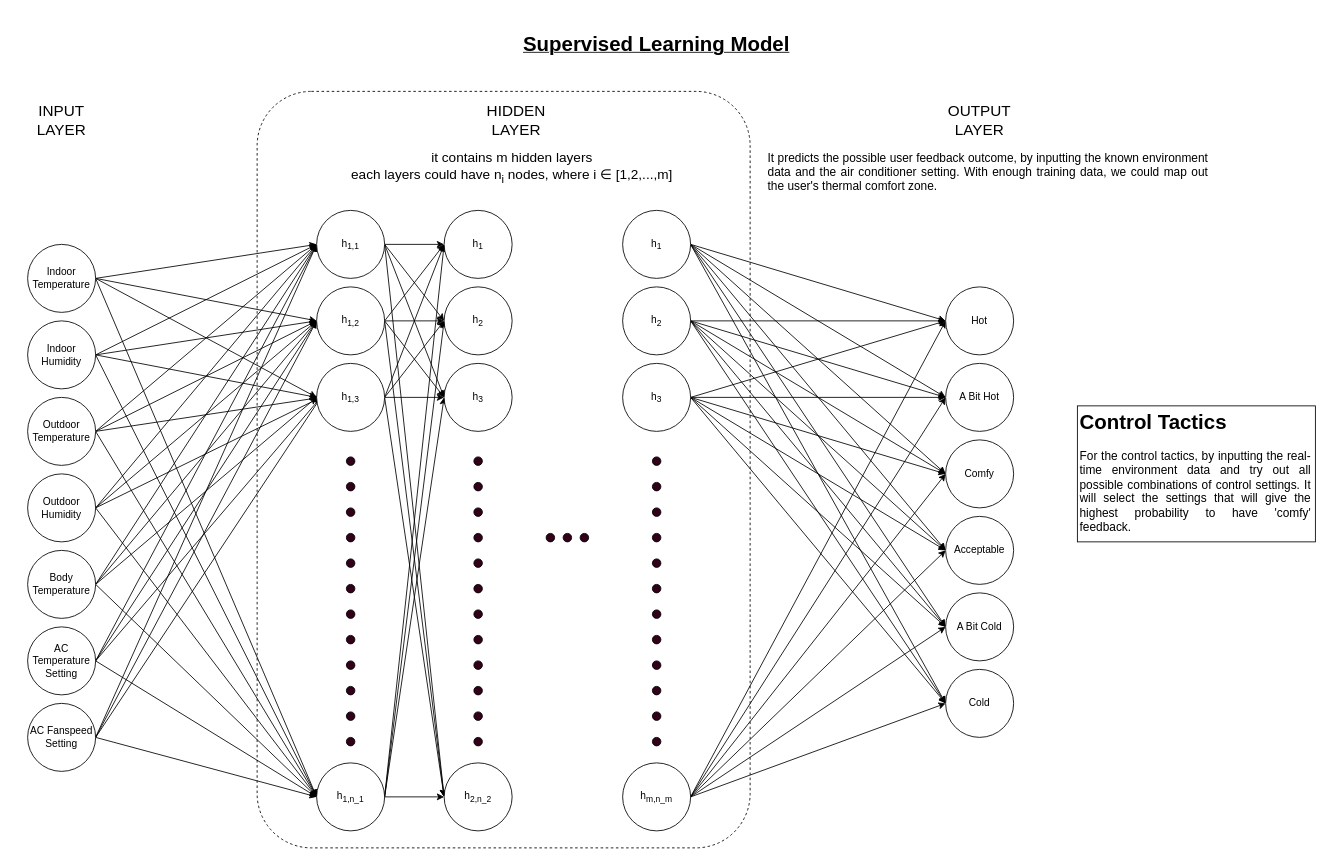
eddylau328/fyp-artificial-intelligence-ac-control-device keeps this draw.io diagram as Machine_Learning/Supervised Learning Model.drawio. Above is the earlier version. Source tidied: cells renumbered, new cells numbered last; positions are measured from the earlier drawing's top-left corner, leaving out a move shared by most shapes. Both pictures are drawn from the tidied source at 85%, with x=0, y=0 at pixel (14, 14).
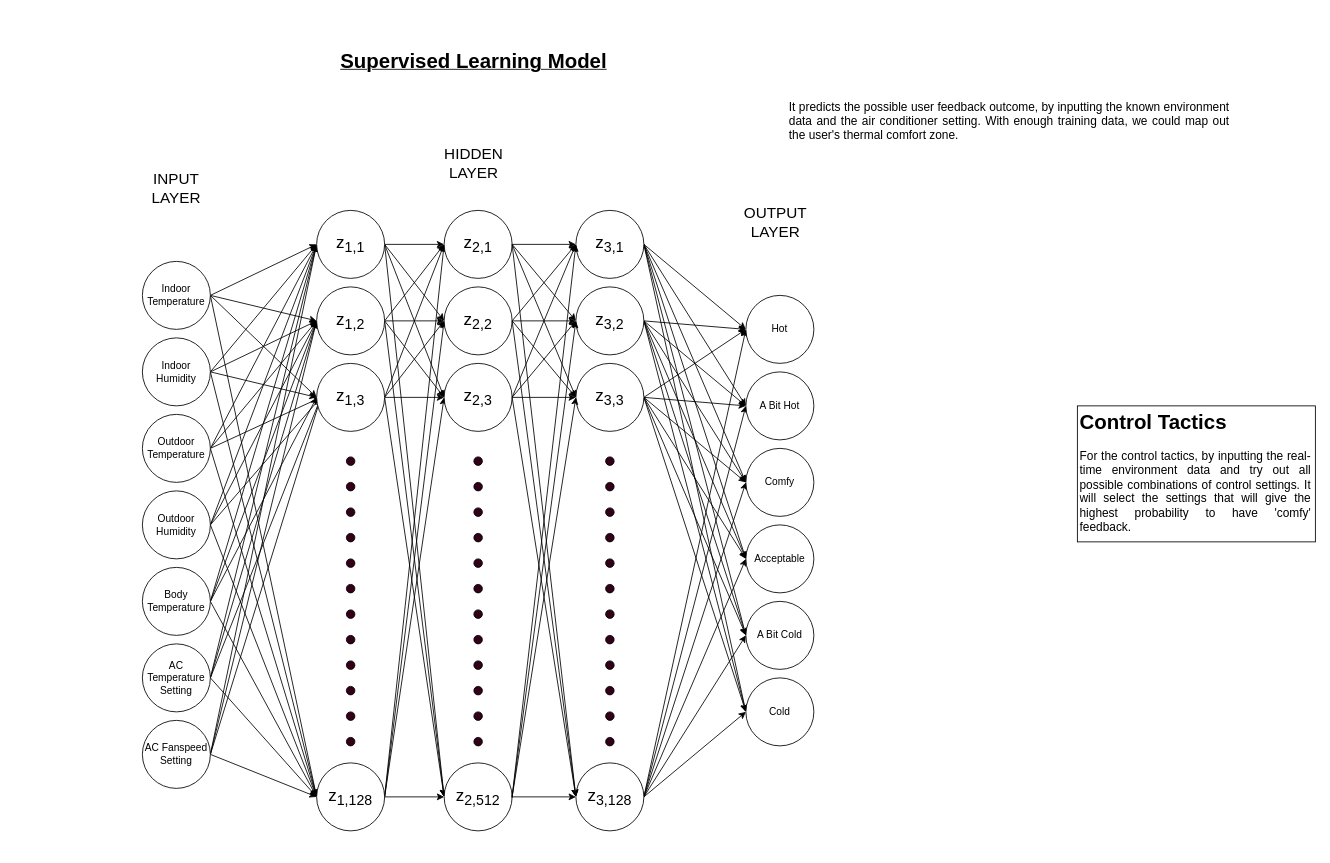
The same diagram, later.

Diff of the diagram source:
```diff
@@
-    <mxCell id="2" style="rounded=1;whiteSpace=wrap;html=1;fillColor=none;dashed=1;arcSize=11;" parent="1" vertex="1">
-      <mxGeometry x="285" y="90" width="580" height="890" as="geometry" />
-    </mxCell>
@@
     <mxCell id="7" value="Indoor&lt;div&gt;Temperature&lt;/div&gt;" style="ellipse;whiteSpace=wrap;html=1;" parent="1" vertex="1">
-      <mxGeometry x="15" y="270" width="80" height="80" as="geometry" />
+      <mxGeometry x="150" y="290" width="80" height="80" as="geometry" />
     </mxCell>
@@
     <mxCell id="12" value="Indoor Humidity" style="ellipse;whiteSpace=wrap;html=1;" parent="1" vertex="1">
-      <mxGeometry x="15" y="360" width="80" height="80" as="geometry" />
+      <mxGeometry x="150" y="380" width="80" height="80" as="geometry" />
     </mxCell>
@@
     <mxCell id="17" value="&lt;div&gt;Outdoor Temperature&lt;br&gt;&lt;/div&gt;" style="ellipse;whiteSpace=wrap;html=1;" parent="1" vertex="1">
-      <mxGeometry x="15" y="450" width="80" height="80" as="geometry" />
+      <mxGeometry x="150" y="470" width="80" height="80" as="geometry" />
     </mxCell>
@@
     <mxCell id="22" value="Outdoor Humidity" style="ellipse;whiteSpace=wrap;html=1;" parent="1" vertex="1">
-      <mxGeometry x="15" y="540" width="80" height="80" as="geometry" />
+      <mxGeometry x="150" y="560" width="80" height="80" as="geometry" />
     </mxCell>
@@
     <mxCell id="27" value="Body Temperature" style="ellipse;whiteSpace=wrap;html=1;" parent="1" vertex="1">
-      <mxGeometry x="15" y="630" width="80" height="80" as="geometry" />
+      <mxGeometry x="150" y="650" width="80" height="80" as="geometry" />
     </mxCell>
@@
     <mxCell id="32" value="AC Temperature Setting" style="ellipse;whiteSpace=wrap;html=1;" parent="1" vertex="1">
-      <mxGeometry x="15" y="720" width="80" height="80" as="geometry" />
+      <mxGeometry x="150" y="740" width="80" height="80" as="geometry" />
     </mxCell>
@@
     <mxCell id="37" value="AC Fanspeed Setting" style="ellipse;whiteSpace=wrap;html=1;" parent="1" vertex="1">
-      <mxGeometry x="15" y="810" width="80" height="80" as="geometry" />
+      <mxGeometry x="150" y="830" width="80" height="80" as="geometry" />
     </mxCell>
     <mxCell id="38" value="&lt;font style=&quot;font-size: 18px&quot;&gt;INPUT LAYER&lt;/font&gt;" style="text;html=1;strokeColor=none;fillColor=none;align=center;verticalAlign=middle;whiteSpace=wrap;rounded=0;" parent="1" vertex="1">
-      <mxGeometry y="100" width="110" height="50" as="geometry" />
+      <mxGeometry x="135" y="180" width="110" height="50" as="geometry" />
     </mxCell>
@@
-    <mxCell id="43" value="h&lt;sub&gt;1,1&lt;/sub&gt;" style="ellipse;whiteSpace=wrap;html=1;" parent="1" vertex="1">
+    <mxCell id="43" value="&lt;font style=&quot;font-size: 20px&quot;&gt;z&lt;sub&gt;1,1&lt;/sub&gt;&lt;/font&gt;" style="ellipse;whiteSpace=wrap;html=1;" parent="1" vertex="1">
       <mxGeometry x="355" y="230" width="80" height="80" as="geometry" />
     </mxCell>
@@
-    <mxCell id="48" value="h&lt;sub&gt;1,2&lt;/sub&gt;" style="ellipse;whiteSpace=wrap;html=1;" parent="1" vertex="1">
+    <mxCell id="48" value="&lt;font style=&quot;font-size: 20px&quot;&gt;z&lt;sub&gt;1,2&lt;/sub&gt;&lt;/font&gt;" style="ellipse;whiteSpace=wrap;html=1;" parent="1" vertex="1">
       <mxGeometry x="355" y="320" width="80" height="80" as="geometry" />
     </mxCell>
@@
-    <mxCell id="53" value="h&lt;sub&gt;1,3&lt;/sub&gt;" style="ellipse;whiteSpace=wrap;html=1;" parent="1" vertex="1">
+    <mxCell id="53" value="&lt;font style=&quot;font-size: 20px&quot;&gt;z&lt;sub&gt;1,3&lt;/sub&gt;&lt;/font&gt;" style="ellipse;whiteSpace=wrap;html=1;" parent="1" vertex="1">
       <mxGeometry x="355" y="410" width="80" height="80" as="geometry" />
     </mxCell>
@@
-    <mxCell id="58" value="h&lt;sub&gt;1,n_1&lt;/sub&gt;" style="ellipse;whiteSpace=wrap;html=1;" parent="1" vertex="1">
+    <mxCell id="58" value="&lt;font style=&quot;font-size: 20px&quot;&gt;z&lt;sub&gt;1,128&lt;/sub&gt;&lt;/font&gt;" style="ellipse;whiteSpace=wrap;html=1;" parent="1" vertex="1">
       <mxGeometry x="355" y="880" width="80" height="80" as="geometry" />
     </mxCell>
@@
     <mxCell id="71" value="&lt;font style=&quot;font-size: 18px&quot;&gt;HIDDEN LAYER&lt;/font&gt;" style="text;html=1;strokeColor=none;fillColor=none;align=center;verticalAlign=middle;whiteSpace=wrap;rounded=0;" parent="1" vertex="1">
-      <mxGeometry x="535" y="100" width="110" height="50" as="geometry" />
+      <mxGeometry x="485" y="150" width="110" height="50" as="geometry" />
     </mxCell>
-    <mxCell id="72" value="h&lt;sub&gt;1&lt;/sub&gt;" style="ellipse;whiteSpace=wrap;html=1;" parent="1" vertex="1">
+    <mxCell id="72" value="&lt;font style=&quot;font-size: 20px&quot;&gt;z&lt;sub&gt;2,1&lt;/sub&gt;&lt;/font&gt;" style="ellipse;whiteSpace=wrap;html=1;" parent="1" vertex="1">
       <mxGeometry x="505" y="230" width="80" height="80" as="geometry" />
     </mxCell>
-    <mxCell id="73" value="h&lt;sub&gt;2&lt;/sub&gt;" style="ellipse;whiteSpace=wrap;html=1;" parent="1" vertex="1">
+    <mxCell id="73" value="&lt;font style=&quot;font-size: 20px&quot;&gt;z&lt;sub&gt;2,2&lt;/sub&gt;&lt;/font&gt;" style="ellipse;whiteSpace=wrap;html=1;" parent="1" vertex="1">
       <mxGeometry x="505" y="320" width="80" height="80" as="geometry" />
     </mxCell>
-    <mxCell id="74" value="h&lt;sub&gt;3&lt;/sub&gt;" style="ellipse;whiteSpace=wrap;html=1;" parent="1" vertex="1">
+    <mxCell id="74" value="&lt;font style=&quot;font-size: 20px&quot;&gt;z&lt;sub&gt;2,3&lt;/sub&gt;&lt;/font&gt;" style="ellipse;whiteSpace=wrap;html=1;" parent="1" vertex="1">
       <mxGeometry x="505" y="410" width="80" height="80" as="geometry" />
     </mxCell>
-    <mxCell id="75" value="h&lt;sub&gt;2,n_2&lt;/sub&gt;" style="ellipse;whiteSpace=wrap;html=1;" parent="1" vertex="1">
+    <mxCell id="75" value="&lt;font style=&quot;font-size: 20px&quot;&gt;z&lt;sub&gt;2,512&lt;/sub&gt;&lt;/font&gt;" style="ellipse;whiteSpace=wrap;html=1;" parent="1" vertex="1">
       <mxGeometry x="505" y="880" width="80" height="80" as="geometry" />
     </mxCell>
@@
-    <mxCell id="94" value="h&lt;sub&gt;1&lt;/sub&gt;" style="ellipse;whiteSpace=wrap;html=1;" parent="1" vertex="1">
-      <mxGeometry x="715" y="230" width="80" height="80" as="geometry" />
+    <mxCell id="94" value="&lt;font style=&quot;font-size: 20px&quot;&gt;z&lt;sub&gt;3,1&lt;/sub&gt;&lt;/font&gt;" style="ellipse;whiteSpace=wrap;html=1;" parent="1" vertex="1">
+      <mxGeometry x="660" y="230" width="80" height="80" as="geometry" />
     </mxCell>
@@
-    <mxCell id="101" value="h&lt;sub&gt;2&lt;/sub&gt;" style="ellipse;whiteSpace=wrap;html=1;" parent="1" vertex="1">
-      <mxGeometry x="715" y="320" width="80" height="80" as="geometry" />
+    <mxCell id="101" value="&lt;font style=&quot;font-size: 20px&quot;&gt;z&lt;sub&gt;3,2&lt;/sub&gt;&lt;/font&gt;" style="ellipse;whiteSpace=wrap;html=1;" parent="1" vertex="1">
+      <mxGeometry x="660" y="320" width="80" height="80" as="geometry" />
     </mxCell>
@@
-    <mxCell id="108" value="h&lt;sub&gt;3&lt;/sub&gt;" style="ellipse;whiteSpace=wrap;html=1;" parent="1" vertex="1">
-      <mxGeometry x="715" y="410" width="80" height="80" as="geometry" />
+    <mxCell id="108" value="&lt;font style=&quot;font-size: 20px&quot;&gt;z&lt;sub&gt;3,3&lt;/sub&gt;&lt;/font&gt;" style="ellipse;whiteSpace=wrap;html=1;" parent="1" vertex="1">
+      <mxGeometry x="660" y="410" width="80" height="80" as="geometry" />
     </mxCell>
@@
-    <mxCell id="115" value="h&lt;sub&gt;m,n_m&lt;/sub&gt;" style="ellipse;whiteSpace=wrap;html=1;" parent="1" vertex="1">
-      <mxGeometry x="715" y="880" width="80" height="80" as="geometry" />
+    <mxCell id="115" value="&lt;font style=&quot;font-size: 20px&quot;&gt;z&lt;sub&gt;3,128&lt;/sub&gt;&lt;/font&gt;" style="ellipse;whiteSpace=wrap;html=1;" parent="1" vertex="1">
+      <mxGeometry x="660" y="880" width="80" height="80" as="geometry" />
     </mxCell>
     <mxCell id="116" style="ellipse;whiteSpace=wrap;html=1;fillColor=#33001A;" parent="1" vertex="1">
-      <mxGeometry x="750" y="520" width="10" height="10" as="geometry" />
+      <mxGeometry x="695" y="520" width="10" height="10" as="geometry" />
     </mxCell>
     <mxCell id="117" style="ellipse;whiteSpace=wrap;html=1;fillColor=#33001A;" parent="1" vertex="1">
-      <mxGeometry x="750" y="550" width="10" height="10" as="geometry" />
+      <mxGeometry x="695" y="550" width="10" height="10" as="geometry" />
     </mxCell>
     <mxCell id="118" style="ellipse;whiteSpace=wrap;html=1;fillColor=#33001A;" parent="1" vertex="1">
-      <mxGeometry x="750" y="580" width="10" height="10" as="geometry" />
+      <mxGeometry x="695" y="580" width="10" height="10" as="geometry" />
     </mxCell>
     <mxCell id="119" style="ellipse;whiteSpace=wrap;html=1;fillColor=#33001A;" parent="1" vertex="1">
-      <mxGeometry x="750" y="610" width="10" height="10" as="geometry" />
+      <mxGeometry x="695" y="610" width="10" height="10" as="geometry" />
     </mxCell>
     <mxCell id="120" style="ellipse;whiteSpace=wrap;html=1;fillColor=#33001A;" parent="1" vertex="1">
-      <mxGeometry x="750" y="640" width="10" height="10" as="geometry" />
+      <mxGeometry x="695" y="640" width="10" height="10" as="geometry" />
     </mxCell>
     <mxCell id="121" style="ellipse;whiteSpace=wrap;html=1;fillColor=#33001A;" parent="1" vertex="1">
-      <mxGeometry x="750" y="670" width="10" height="10" as="geometry" />
+      <mxGeometry x="695" y="670" width="10" height="10" as="geometry" />
     </mxCell>
     <mxCell id="122" style="ellipse;whiteSpace=wrap;html=1;fillColor=#33001A;" parent="1" vertex="1">
-      <mxGeometry x="750" y="700" width="10" height="10" as="geometry" />
+      <mxGeometry x="695" y="700" width="10" height="10" as="geometry" />
     </mxCell>
     <mxCell id="123" style="ellipse;whiteSpace=wrap;html=1;fillColor=#33001A;" parent="1" vertex="1">
-      <mxGeometry x="750" y="730" width="10" height="10" as="geometry" />
+      <mxGeometry x="695" y="730" width="10" height="10" as="geometry" />
     </mxCell>
     <mxCell id="124" style="ellipse;whiteSpace=wrap;html=1;fillColor=#33001A;" parent="1" vertex="1">
-      <mxGeometry x="750" y="760" width="10" height="10" as="geometry" />
+      <mxGeometry x="695" y="760" width="10" height="10" as="geometry" />
     </mxCell>
     <mxCell id="125" style="ellipse;whiteSpace=wrap;html=1;fillColor=#33001A;" parent="1" vertex="1">
-      <mxGeometry x="750" y="790" width="10" height="10" as="geometry" />
+      <mxGeometry x="695" y="790" width="10" height="10" as="geometry" />
     </mxCell>
     <mxCell id="126" style="ellipse;whiteSpace=wrap;html=1;fillColor=#33001A;" parent="1" vertex="1">
-      <mxGeometry x="750" y="820" width="10" height="10" as="geometry" />
+      <mxGeometry x="695" y="820" width="10" height="10" as="geometry" />
     </mxCell>
     <mxCell id="127" style="ellipse;whiteSpace=wrap;html=1;fillColor=#33001A;" parent="1" vertex="1">
-      <mxGeometry x="750" y="850" width="10" height="10" as="geometry" />
+      <mxGeometry x="695" y="850" width="10" height="10" as="geometry" />
     </mxCell>
-    <mxCell id="128" style="ellipse;whiteSpace=wrap;html=1;fillColor=#33001A;" parent="1" vertex="1">
-      <mxGeometry x="625" y="610" width="10" height="10" as="geometry" />
-    </mxCell>
-    <mxCell id="129" style="ellipse;whiteSpace=wrap;html=1;fillColor=#33001A;" parent="1" vertex="1">
-      <mxGeometry x="645" y="610" width="10" height="10" as="geometry" />
-    </mxCell>
-    <mxCell id="130" style="ellipse;whiteSpace=wrap;html=1;fillColor=#33001A;" parent="1" vertex="1">
-      <mxGeometry x="665" y="610" width="10" height="10" as="geometry" />
-    </mxCell>
-    <mxCell id="131" value="&lt;div&gt;&lt;font style=&quot;font-size: 16px&quot;&gt;it contains m hidden layers&lt;/font&gt;&lt;/div&gt;&lt;div&gt;&lt;font style=&quot;font-size: 16px&quot;&gt;each layers could have n&lt;sub&gt;i&lt;/sub&gt; nodes, where i &lt;/font&gt;&lt;font style=&quot;font-size: 16px&quot;&gt;∈ [1,2,...,m]&lt;/font&gt;&lt;/div&gt;" style="text;html=1;strokeColor=none;fillColor=none;align=center;verticalAlign=middle;whiteSpace=wrap;rounded=0;dashed=1;" parent="1" vertex="1">
-      <mxGeometry x="325" y="150" width="520" height="60" as="geometry" />
-    </mxCell>
     <mxCell id="132" value="&lt;font style=&quot;font-size: 18px&quot;&gt;OUTPUT LAYER&lt;br&gt;&lt;/font&gt;" style="text;html=1;strokeColor=none;fillColor=none;align=center;verticalAlign=middle;whiteSpace=wrap;rounded=0;" parent="1" vertex="1">
-      <mxGeometry x="1080" y="100" width="110" height="50" as="geometry" />
+      <mxGeometry x="840" y="220" width="110" height="50" as="geometry" />
     </mxCell>
     <mxCell id="133" value="Hot" style="ellipse;whiteSpace=wrap;html=1;" parent="1" vertex="1">
-      <mxGeometry x="1095" y="320" width="80" height="80" as="geometry" />
+      <mxGeometry x="860" y="330" width="80" height="80" as="geometry" />
     </mxCell>
     <mxCell id="134" value="A Bit Hot" style="ellipse;whiteSpace=wrap;html=1;" parent="1" vertex="1">
-      <mxGeometry x="1095" y="410" width="80" height="80" as="geometry" />
+      <mxGeometry x="860" y="420" width="80" height="80" as="geometry" />
     </mxCell>
     <mxCell id="135" value="Comfy" style="ellipse;whiteSpace=wrap;html=1;" parent="1" vertex="1">
-      <mxGeometry x="1095" y="500" width="80" height="80" as="geometry" />
+      <mxGeometry x="860" y="510" width="80" height="80" as="geometry" />
     </mxCell>
     <mxCell id="136" value="Acceptable" style="ellipse;whiteSpace=wrap;html=1;" parent="1" vertex="1">
-      <mxGeometry x="1095" y="590" width="80" height="80" as="geometry" />
+      <mxGeometry x="860" y="600" width="80" height="80" as="geometry" />
     </mxCell>
     <mxCell id="137" value="A Bit Cold" style="ellipse;whiteSpace=wrap;html=1;" parent="1" vertex="1">
-      <mxGeometry x="1095" y="680" width="80" height="80" as="geometry" />
+      <mxGeometry x="860" y="690" width="80" height="80" as="geometry" />
     </mxCell>
     <mxCell id="138" value="Cold" style="ellipse;whiteSpace=wrap;html=1;" parent="1" vertex="1">
-      <mxGeometry x="1095" y="770" width="80" height="80" as="geometry" />
+      <mxGeometry x="860" y="780" width="80" height="80" as="geometry" />
     </mxCell>
     <mxCell id="139" value="&lt;div style=&quot;font-size: 14px&quot; align=&quot;justify&quot;&gt;&lt;font style=&quot;font-size: 14px&quot;&gt;It predicts the possible user feedback outcome, by inputting the known environment data and the air conditioner setting. With enough training data, we could map out the user's thermal comfort zone.&lt;/font&gt;&lt;/div&gt;" style="text;html=1;strokeColor=none;fillColor=none;align=center;verticalAlign=middle;whiteSpace=wrap;rounded=0;dashed=1;" parent="1" vertex="1">
-      <mxGeometry x="885" y="150" width="520" height="70" as="geometry" />
+      <mxGeometry x="910" y="90" width="520" height="70" as="geometry" />
     </mxCell>
     <mxCell id="140" value="&lt;u&gt;&lt;b&gt;&lt;font style=&quot;font-size: 24px&quot;&gt;Supervised Learning Model&lt;/font&gt;&lt;/b&gt;&lt;/u&gt;" style="text;html=1;strokeColor=none;fillColor=none;align=center;verticalAlign=middle;whiteSpace=wrap;rounded=0;dashed=1;" parent="1" vertex="1">
-      <mxGeometry x="555" width="400" height="70" as="geometry" />
+      <mxGeometry x="340" y="20" width="400" height="70" as="geometry" />
     </mxCell>
@@
+    <mxCell id="142" style="endArrow=classic;html=1;exitX=1;exitY=0.5;exitDx=0;exitDy=0;entryX=0;entryY=0.5;entryDx=0;entryDy=0;" parent="1" edge="1" source="72" target="94">
+      <mxGeometry relative="1" as="geometry" />
+    </mxCell>
+    <mxCell id="143" style="endArrow=classic;html=1;entryX=0;entryY=0.5;entryDx=0;entryDy=0;exitX=1;exitY=0.5;exitDx=0;exitDy=0;" parent="1" edge="1" source="72" target="101">
+      <mxGeometry relative="1" as="geometry" />
+    </mxCell>
+    <mxCell id="144" style="endArrow=classic;html=1;exitX=1;exitY=0.5;exitDx=0;exitDy=0;entryX=0;entryY=0.5;entryDx=0;entryDy=0;" parent="1" edge="1" source="72" target="108">
+      <mxGeometry relative="1" as="geometry" />
+    </mxCell>
+    <mxCell id="145" style="endArrow=classic;html=1;exitX=1;exitY=0.5;exitDx=0;exitDy=0;entryX=0;entryY=0.5;entryDx=0;entryDy=0;" parent="1" edge="1" source="72" target="115">
+      <mxGeometry relative="1" as="geometry" />
+    </mxCell>
+    <mxCell id="146" style="endArrow=classic;html=1;exitX=1;exitY=0.5;exitDx=0;exitDy=0;entryX=0;entryY=0.5;entryDx=0;entryDy=0;" parent="1" edge="1" source="73" target="94">
+      <mxGeometry relative="1" as="geometry" />
+    </mxCell>
+    <mxCell id="147" style="endArrow=classic;html=1;exitX=1;exitY=0.5;exitDx=0;exitDy=0;entryX=0;entryY=0.5;entryDx=0;entryDy=0;" parent="1" edge="1" source="73" target="101">
+      <mxGeometry relative="1" as="geometry" />
+    </mxCell>
+    <mxCell id="148" style="endArrow=classic;html=1;exitX=1;exitY=0.5;exitDx=0;exitDy=0;entryX=0;entryY=0.5;entryDx=0;entryDy=0;" parent="1" edge="1" source="73" target="108">
+      <mxGeometry relative="1" as="geometry" />
+    </mxCell>
+    <mxCell id="149" style="endArrow=classic;html=1;exitX=1;exitY=0.5;exitDx=0;exitDy=0;entryX=0;entryY=0.5;entryDx=0;entryDy=0;" parent="1" edge="1" source="73" target="115">
+      <mxGeometry relative="1" as="geometry" />
+    </mxCell>
+    <mxCell id="150" style="endArrow=classic;html=1;exitX=1;exitY=0.5;exitDx=0;exitDy=0;entryX=0;entryY=0.5;entryDx=0;entryDy=0;" parent="1" edge="1" source="74" target="94">
+      <mxGeometry relative="1" as="geometry" />
+    </mxCell>
+    <mxCell id="151" style="endArrow=classic;html=1;exitX=1;exitY=0.5;exitDx=0;exitDy=0;entryX=0;entryY=0.5;entryDx=0;entryDy=0;" parent="1" edge="1" source="74" target="101">
+      <mxGeometry relative="1" as="geometry" />
+    </mxCell>
+    <mxCell id="152" style="endArrow=classic;html=1;exitX=1;exitY=0.5;exitDx=0;exitDy=0;entryX=0;entryY=0.5;entryDx=0;entryDy=0;" parent="1" edge="1" source="74" target="108">
+      <mxGeometry relative="1" as="geometry" />
+    </mxCell>
+    <mxCell id="153" style="endArrow=classic;html=1;exitX=1;exitY=0.5;exitDx=0;exitDy=0;entryX=0;entryY=0.5;entryDx=0;entryDy=0;" parent="1" edge="1" source="74" target="115">
+      <mxGeometry relative="1" as="geometry" />
+    </mxCell>
+    <mxCell id="154" style="endArrow=classic;html=1;exitX=1;exitY=0.5;exitDx=0;exitDy=0;entryX=0;entryY=0.5;entryDx=0;entryDy=0;" parent="1" edge="1" source="75" target="94">
+      <mxGeometry relative="1" as="geometry" />
+    </mxCell>
+    <mxCell id="155" style="endArrow=classic;html=1;exitX=0.997;exitY=0.517;exitDx=0;exitDy=0;exitPerimeter=0;" parent="1" edge="1" source="75">
+      <mxGeometry relative="1" as="geometry">
+        <mxPoint x="660" y="360" as="targetPoint" />
+      </mxGeometry>
+    </mxCell>
+    <mxCell id="156" style="endArrow=classic;html=1;exitX=1;exitY=0.5;exitDx=0;exitDy=0;" parent="1" edge="1" source="75">
+      <mxGeometry relative="1" as="geometry">
+        <mxPoint x="660" y="450" as="targetPoint" />
+      </mxGeometry>
+    </mxCell>
+    <mxCell id="157" style="endArrow=classic;html=1;exitX=1;exitY=0.5;exitDx=0;exitDy=0;entryX=0;entryY=0.5;entryDx=0;entryDy=0;" parent="1" edge="1" source="75" target="115">
+      <mxGeometry relative="1" as="geometry" />
+    </mxCell>
```
